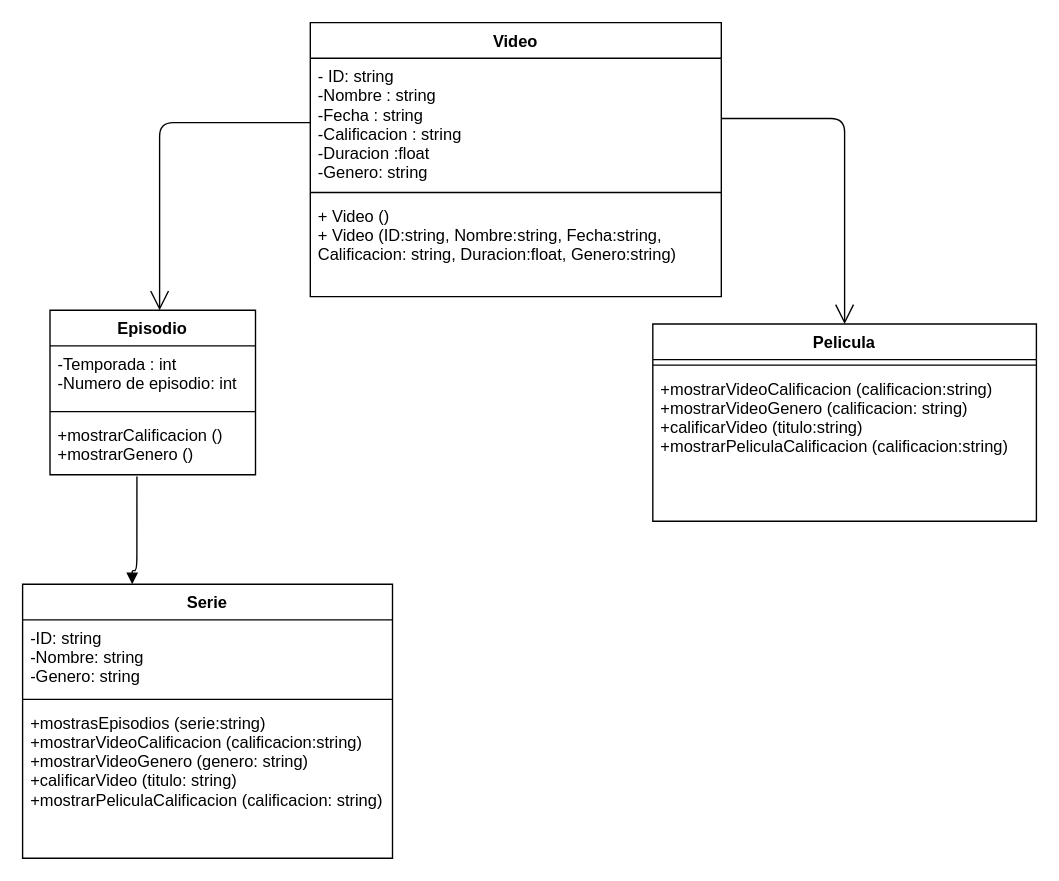
LizIslas/situacionProblema keeps this draw.io diagram as diagrama.drawio. Above is the earlier version. Source tidied: cells renumbered, new cells numbered last; positions are measured from the earlier drawing's top-left corner, leaving out a move shared by most shapes. Both pictures are drawn from the tidied source at 137%, with x=0, y=0 at pixel (22, 22).
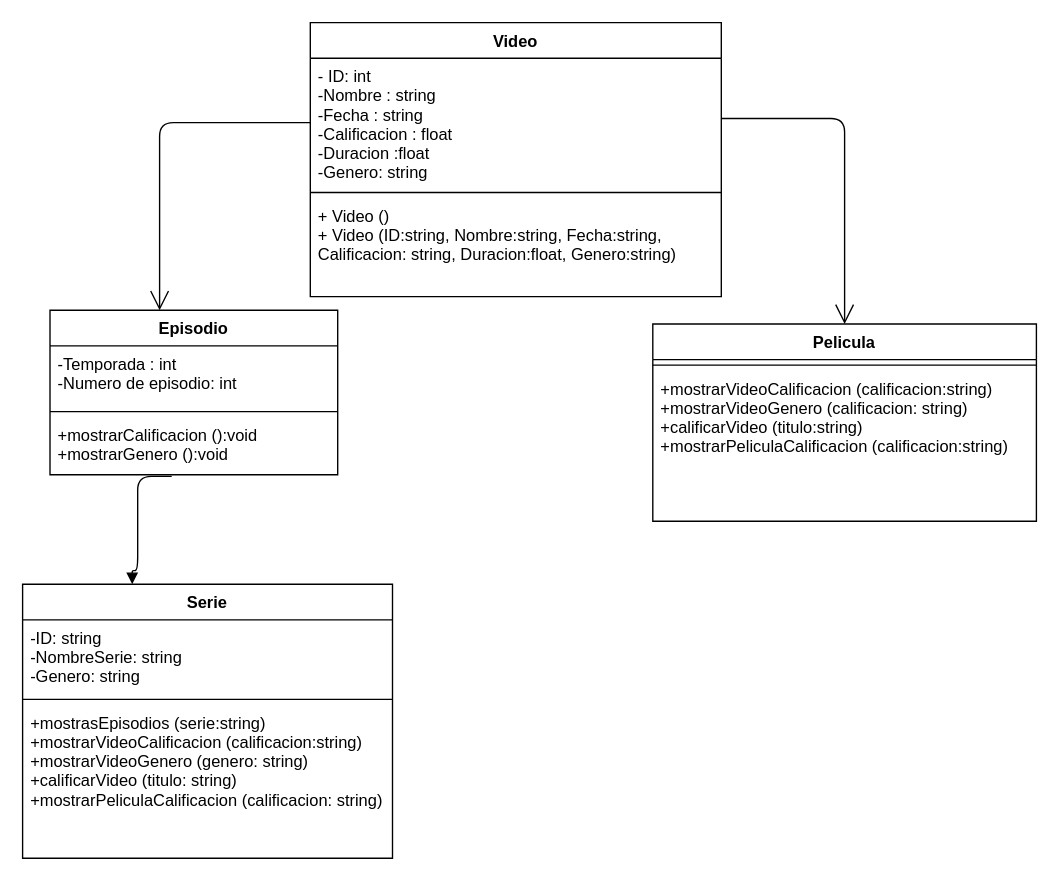
The same diagram, later.

Unchanged cells that the change refers to:
```xml
<mxCell id="2" value="Video" style="swimlane;fontStyle=1;align=center;verticalAlign=top;horizontal=1;startSize=26;" parent="1" vertex="1">
  <mxGeometry x="210" width="300" height="200" as="geometry" />
</mxCell>
<mxCell id="16" value="Serie" style="swimlane;fontStyle=1;align=center;verticalAlign=top;horizontal=1;startSize=26;" parent="1" vertex="1">
  <mxGeometry y="410" width="270" height="200" as="geometry" />
</mxCell>
```

The edit, as a diff of the source:
```diff
@@
-    <mxCell id="3" value="- ID: string&#10;-Nombre : string&#10;-Fecha : string&#10;-Calificacion : string &#10;-Duracion :float&#10;-Genero: string&#10;&#10;&#10;" style="text;strokeColor=none;fillColor=none;align=left;verticalAlign=top;spacingLeft=4;spacingRight=4;overflow=hidden;points=[[0,0.5],[1,0.5]];portConstraint=eastwest;" parent="2" vertex="1">
+    <mxCell id="3" value="- ID: int&#10;-Nombre : string&#10;-Fecha : string&#10;-Calificacion : float &#10;-Duracion :float&#10;-Genero: string&#10;&#10;&#10;" style="text;strokeColor=none;fillColor=none;align=left;verticalAlign=top;spacingLeft=4;spacingRight=4;overflow=hidden;points=[[0,0.5],[1,0.5]];portConstraint=eastwest;" parent="2" vertex="1">
       <mxGeometry y="26" width="300" height="94" as="geometry" />
     </mxCell>
@@
     <mxCell id="8" value="Episodio" style="swimlane;fontStyle=1;align=center;verticalAlign=top;horizontal=1;startSize=26;" parent="1" vertex="1">
-      <mxGeometry x="20" y="210" width="150" height="120" as="geometry" />
+      <mxGeometry x="20" y="210" width="210" height="120" as="geometry" />
     </mxCell>
     <mxCell id="9" value="-Temporada : int&#10;-Numero de episodio: int&#10;" style="text;strokeColor=none;fillColor=none;align=left;verticalAlign=top;spacingLeft=4;spacingRight=4;overflow=hidden;" parent="8" vertex="1">
-      <mxGeometry y="26" width="150" height="44" as="geometry" />
+      <mxGeometry y="26" width="210" height="44" as="geometry" />
     </mxCell>
     <mxCell id="10" style="line;strokeWidth=1;fillColor=none;align=left;verticalAlign=middle;spacingTop=-1;spacingLeft=3;spacingRight=3;labelPosition=right;strokeColor=inherit;" parent="8" vertex="1">
-      <mxGeometry y="70" width="150" height="8" as="geometry" />
+      <mxGeometry y="70" width="210" height="8" as="geometry" />
     </mxCell>
-    <mxCell id="11" value="+mostrarCalificacion ()&#10;+mostrarGenero ()" style="text;strokeColor=none;fillColor=none;align=left;verticalAlign=top;spacingLeft=4;spacingRight=4;overflow=hidden;points=[[0,0.5],[1,0.5]];portConstraint=eastwest;" parent="8" vertex="1">
-      <mxGeometry y="78" width="150" height="42" as="geometry" />
+    <mxCell id="11" value="+mostrarCalificacion ():void&#10;+mostrarGenero ():void" style="text;strokeColor=none;fillColor=none;align=left;verticalAlign=top;spacingLeft=4;spacingRight=4;overflow=hidden;points=[[0,0.5],[1,0.5]];portConstraint=eastwest;" parent="8" vertex="1">
+      <mxGeometry y="78" width="210" height="42" as="geometry" />
     </mxCell>
@@
-    <mxCell id="17" value="-ID: string&#10;-Nombre: string&#10;-Genero: string" style="text;strokeColor=none;fillColor=none;align=left;verticalAlign=top;spacingLeft=4;spacingRight=4;overflow=hidden;" parent="16" vertex="1">
+    <mxCell id="17" value="-ID: string&#10;-NombreSerie: string&#10;-Genero: string" style="text;strokeColor=none;fillColor=none;align=left;verticalAlign=top;spacingLeft=4;spacingRight=4;overflow=hidden;" parent="16" vertex="1">
       <mxGeometry y="26" width="270" height="54" as="geometry" />
     </mxCell>
```
